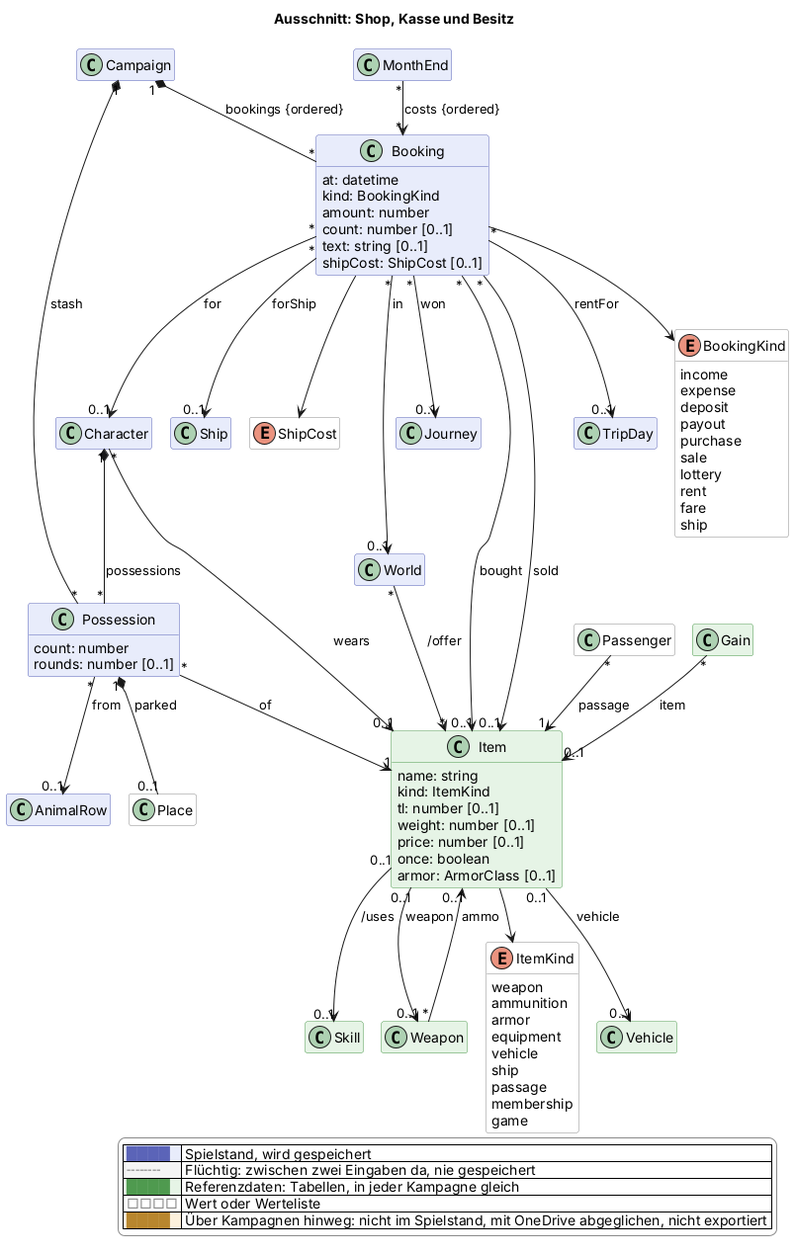
Before: docs/views/shop.png, a diagram exported from PlantUML (scuzzar/SRE).
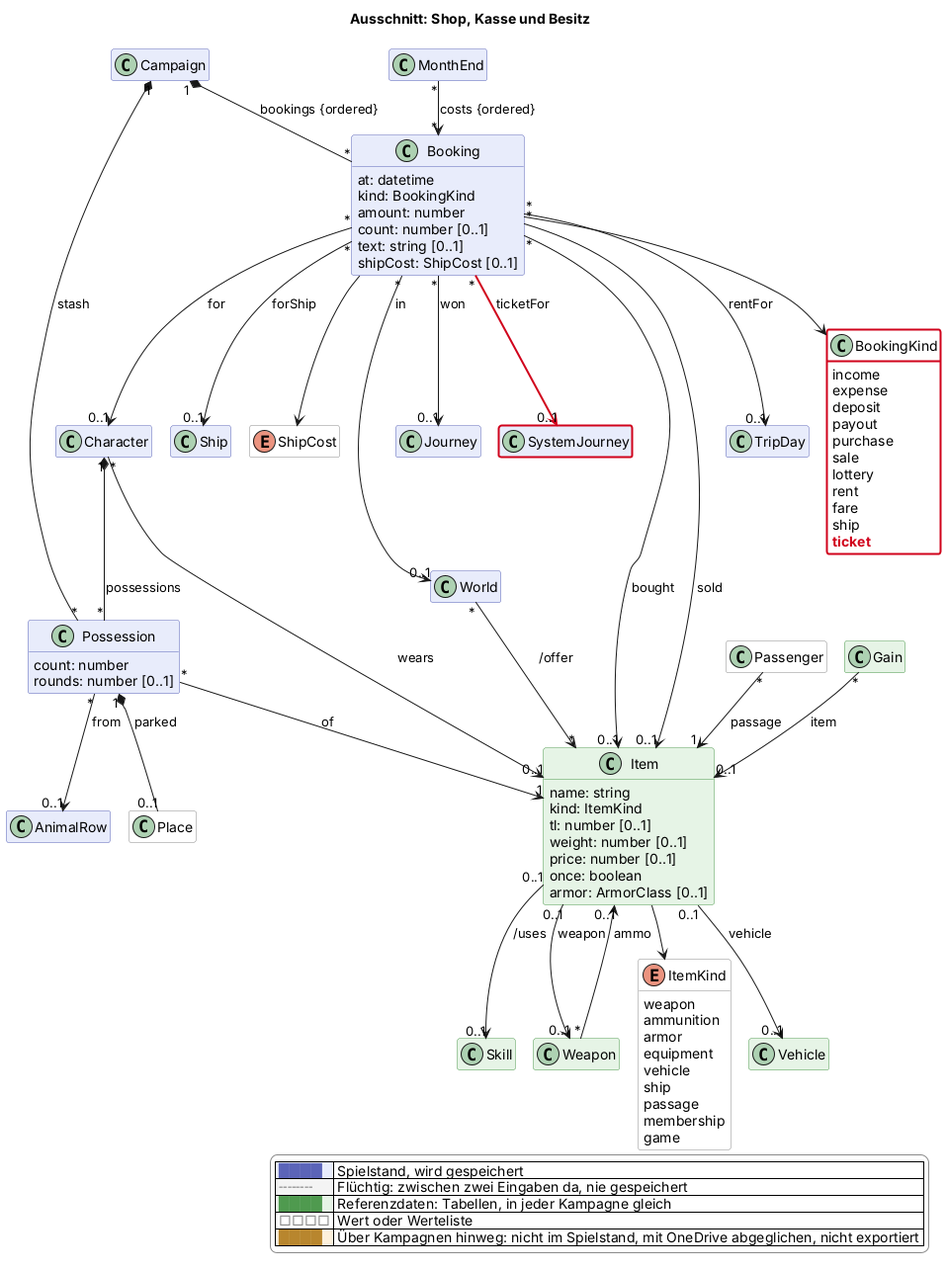
After the change.

The edit, as a diff of the source:
```diff
@@ -89,6 +89,7 @@
     rent
     fare
     ship
+    $new("2026-11-20d", "ticket")
   }
   class Character $charakter
   class Possession $shop {
@@ -108,6 +109,7 @@
   class MonthEnd $reise
   class Journey $reise
   class Passenger <<value>> $reise
+  class SystemJourney $reise $newClass("2026-11-20d")
 
   class AnimalRow $begegnung
 
@@ -152,6 +154,7 @@
 MonthEnd "*" --> "*" Booking : costs {ordered}
 Booking --> ShipCost
 Booking "*" --> "0..1" Journey : won
+Booking "*" -$newArrow("2026-11-20d")-> "0..1" SystemJourney : ticketFor
 
 
 Gain "*" --> "0..1" Item : item
@@ -185,4 +188,5 @@
   |<#ffffff> <color:#8a8a8a>□□□□</color> | Wert oder Werteliste |
   |<#fdf1dc> <color:#b8862e>████</color> | Über Kampagnen hinweg: nicht im Spielstand, mit OneDrive abgeglichen, nicht exportiert |
 endlegend
+class BookingKind #line:d0021b;line.bold
 @enduml
```
